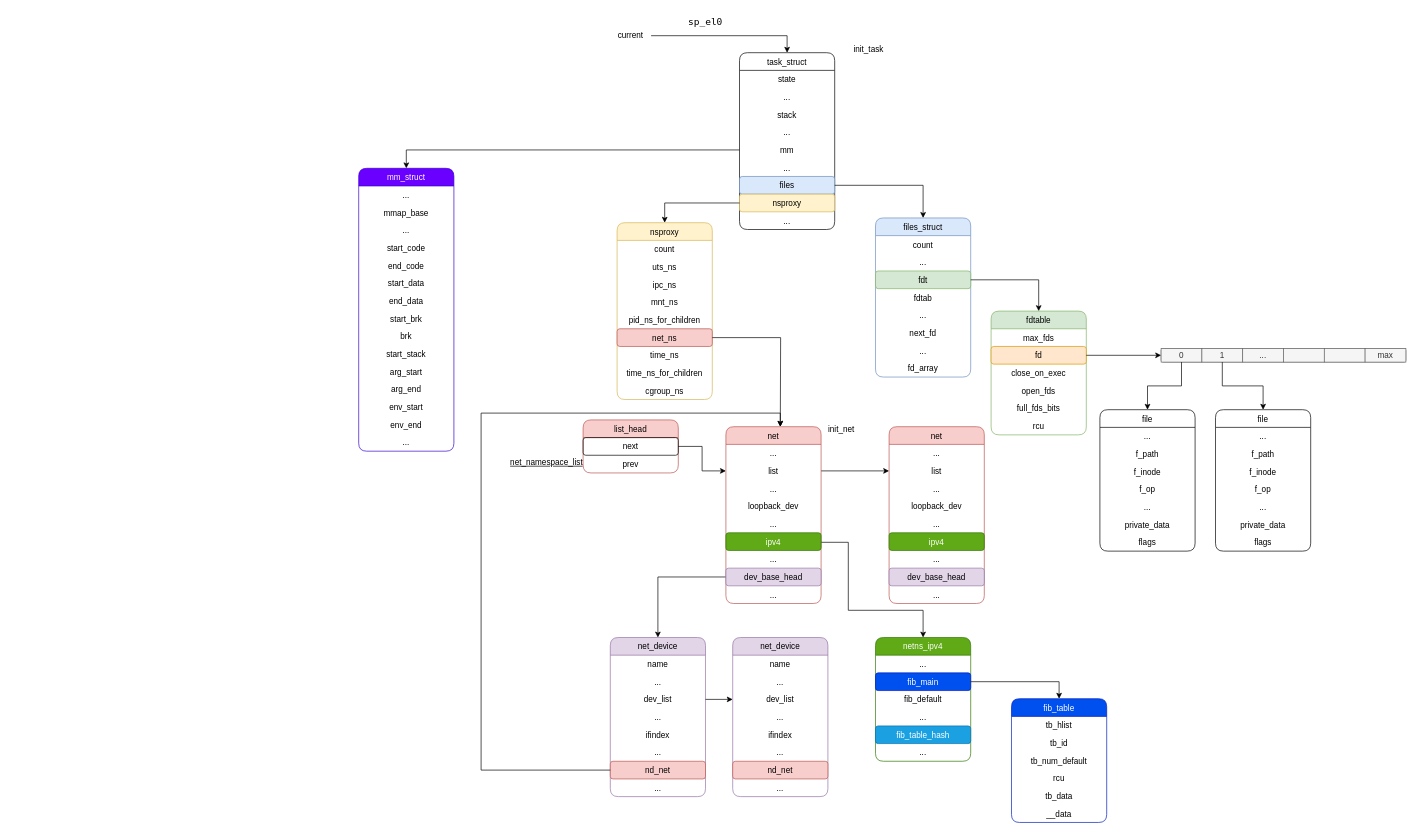
Earlier version of the draw.io diagram page "task" (9 of 14) of kernel.drawio (adinxu/draw.io). Source tidied: cells renumbered, new cells numbered last; positions are measured from the earlier drawing's top-left corner, leaving out a move shared by most shapes. Both pictures are drawn from the tidied source at 68%, with x=0, y=0 at pixel (358, 12).
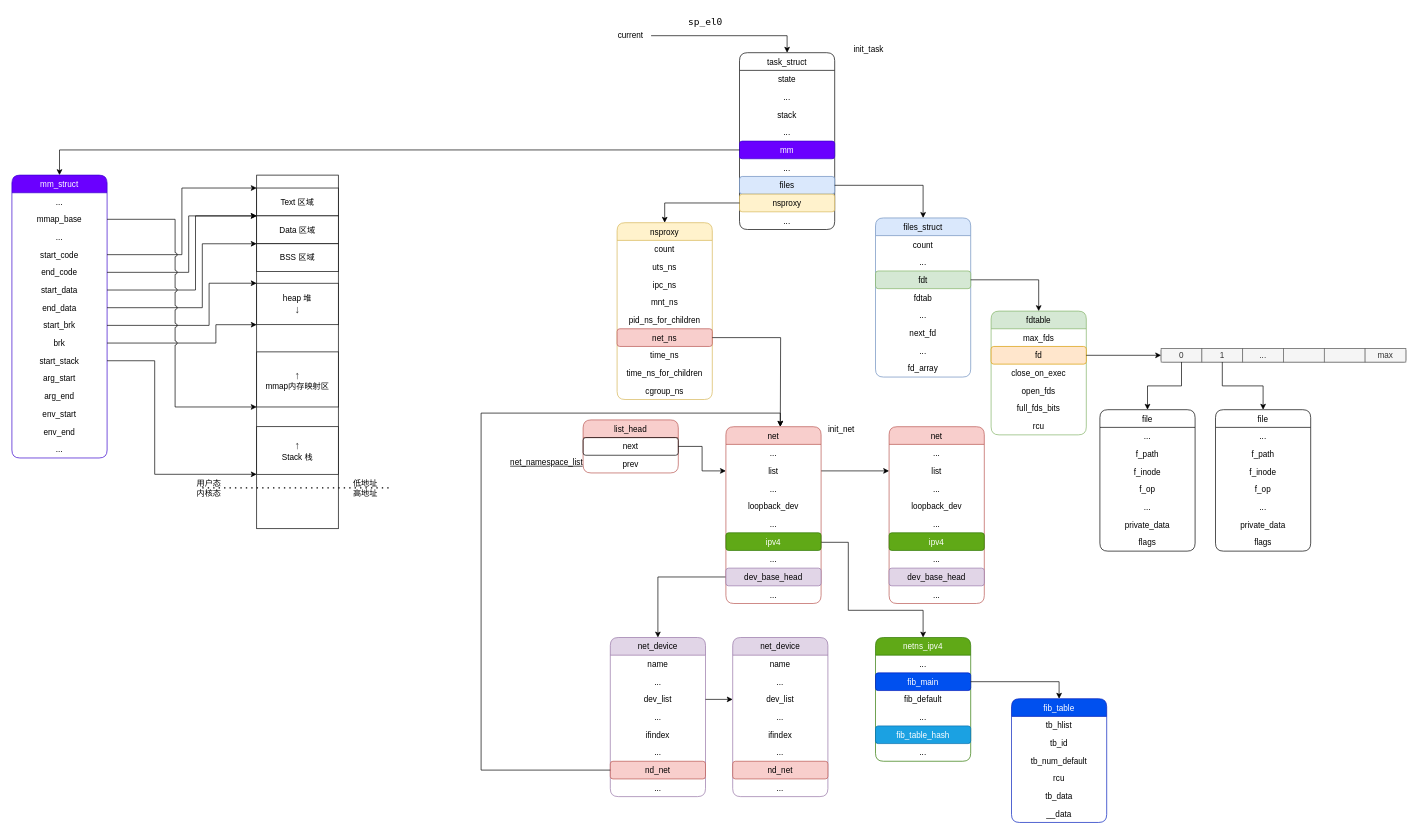
The same page after the edit.

Unchanged cells that the change refers to:
```xml
<mxCell id="45" value="task_struct" style="swimlane;fontStyle=0;horizontal=1;startSize=26;fillColor=none;rounded=1;shadow=0;glass=0;labelBackgroundColor=none;sketch=0;fontFamily=Helvetica;fontSize=12;fontColor=default;strokeColor=default;" parent="1" vertex="1">
  <mxGeometry x="560" y="60" width="140" height="260" as="geometry" />
</mxCell>
<mxCell id="138" value="mmap_base" style="text;align=center;verticalAlign=top;spacingLeft=4;spacingRight=4;overflow=hidden;points=[[0,0.5],[1,0.5]];portConstraint=eastwest;rounded=1;shadow=0;glass=0;labelBackgroundColor=none;sketch=0;fontFamily=Helvetica;fontSize=12;" parent="136" vertex="1">
  <mxGeometry y="52" width="140" height="26" as="geometry" />
</mxCell>
<mxCell id="140" value="start_code" style="text;align=center;verticalAlign=top;spacingLeft=4;spacingRight=4;overflow=hidden;points=[[0,0.5],[1,0.5]];portConstraint=eastwest;rounded=1;shadow=0;glass=0;labelBackgroundColor=none;sketch=0;fontFamily=Helvetica;fontSize=12;" parent="136" vertex="1">
  <mxGeometry y="104" width="140" height="26" as="geometry" />
</mxCell>
<mxCell id="141" value="end_code" style="text;strokeColor=none;fillColor=none;align=center;verticalAlign=top;spacingLeft=4;spacingRight=4;overflow=hidden;points=[[0,0.5],[1,0.5]];portConstraint=eastwest;rounded=1;shadow=0;glass=0;labelBackgroundColor=none;sketch=0;fontFamily=Helvetica;fontSize=12;fontColor=default;" parent="136" vertex="1">
  <mxGeometry y="130" width="140" height="26" as="geometry" />
</mxCell>
<mxCell id="142" value="start_data" style="text;strokeColor=none;fillColor=none;align=center;verticalAlign=top;spacingLeft=4;spacingRight=4;overflow=hidden;points=[[0,0.5],[1,0.5]];portConstraint=eastwest;rounded=1;shadow=0;glass=0;labelBackgroundColor=none;sketch=0;fontFamily=Helvetica;fontSize=12;fontColor=default;" parent="136" vertex="1">
  <mxGeometry y="156" width="140" height="26" as="geometry" />
</mxCell>
<mxCell id="143" value="end_data" style="text;align=center;verticalAlign=top;spacingLeft=4;spacingRight=4;overflow=hidden;points=[[0,0.5],[1,0.5]];portConstraint=eastwest;rounded=1;shadow=0;glass=0;labelBackgroundColor=none;sketch=0;fontFamily=Helvetica;fontSize=12;" parent="136" vertex="1">
  <mxGeometry y="182" width="140" height="26" as="geometry" />
</mxCell>
<mxCell id="144" value="start_brk" style="text;align=center;verticalAlign=top;spacingLeft=4;spacingRight=4;overflow=hidden;points=[[0,0.5],[1,0.5]];portConstraint=eastwest;rounded=1;shadow=0;glass=0;labelBackgroundColor=none;sketch=0;fontFamily=Helvetica;fontSize=12;" parent="136" vertex="1">
  <mxGeometry y="208" width="140" height="26" as="geometry" />
</mxCell>
<mxCell id="145" value="brk" style="text;align=center;verticalAlign=top;spacingLeft=4;spacingRight=4;overflow=hidden;points=[[0,0.5],[1,0.5]];portConstraint=eastwest;rounded=1;shadow=0;glass=0;labelBackgroundColor=none;sketch=0;fontFamily=Helvetica;fontSize=12;" parent="136" vertex="1">
  <mxGeometry y="234" width="140" height="26" as="geometry" />
</mxCell>
<mxCell id="146" value="start_stack" style="text;align=center;verticalAlign=top;spacingLeft=4;spacingRight=4;overflow=hidden;points=[[0,0.5],[1,0.5]];portConstraint=eastwest;rounded=1;shadow=0;glass=0;labelBackgroundColor=none;sketch=0;fontFamily=Helvetica;fontSize=12;" parent="136" vertex="1">
  <mxGeometry y="260" width="140" height="26" as="geometry" />
</mxCell>
```

The edit, as a diff of the source:
```diff
@@
-    <mxCell id="50" value="mm" style="text;align=center;verticalAlign=top;spacingLeft=4;spacingRight=4;overflow=hidden;points=[[0,0.5],[1,0.5]];portConstraint=eastwest;rounded=1;shadow=0;glass=0;labelBackgroundColor=none;sketch=0;fontFamily=Helvetica;fontSize=12;" parent="45" vertex="1">
+    <mxCell id="50" value="mm" style="text;align=center;verticalAlign=top;spacingLeft=4;spacingRight=4;overflow=hidden;points=[[0,0.5],[1,0.5]];portConstraint=eastwest;rounded=1;shadow=0;glass=0;labelBackgroundColor=none;sketch=0;fontFamily=Helvetica;fontSize=12;fillColor=#6a00ff;fontColor=#ffffff;strokeColor=#3700CC;" parent="45" vertex="1">
       <mxGeometry y="130" width="140" height="26" as="geometry" />
     </mxCell>
@@
     <mxCell id="136" value="mm_struct" style="swimlane;fontStyle=0;horizontal=1;startSize=26;fillColor=#6a00ff;rounded=1;shadow=0;glass=0;labelBackgroundColor=none;sketch=0;fontFamily=Helvetica;fontSize=12;strokeColor=#3700CC;fontColor=#ffffff;" parent="1" vertex="1">
-      <mxGeometry y="230" width="140" height="416" as="geometry" />
+      <mxGeometry x="-510" y="240" width="140" height="416" as="geometry" />
     </mxCell>
@@
+    <mxCell id="153" style="group;flipV=1;" parent="1" vertex="1">
+      <mxGeometry x="-250" y="240" width="300" height="520" as="geometry" />
+    </mxCell>
+    <mxCell id="154" style="rounded=0;whiteSpace=wrap;html=1;" parent="153" vertex="1">
+      <mxGeometry x="100" width="120" height="520" as="geometry" />
+    </mxCell>
+    <mxCell id="155" value="Text 区域" style="rounded=0;whiteSpace=wrap;html=1;" parent="153" vertex="1">
+      <mxGeometry x="100" y="19" width="120" height="41" as="geometry" />
+    </mxCell>
+    <mxCell id="156" value="Data 区域" style="rounded=0;whiteSpace=wrap;html=1;" parent="153" vertex="1">
+      <mxGeometry x="100" y="60" width="120" height="41" as="geometry" />
+    </mxCell>
+    <mxCell id="157" value="BSS 区域" style="rounded=0;whiteSpace=wrap;html=1;" parent="153" vertex="1">
+      <mxGeometry x="100" y="101" width="120" height="41" as="geometry" />
+    </mxCell>
+    <mxCell id="158" value="heap 堆&lt;div&gt;&lt;span style=&quot;font-size: 16px; caret-color: rgb(51, 51, 51); color: rgb(51, 51, 51); font-family: &amp;quot;PingFang SC&amp;quot;, Arial, sans-serif; text-align: left; background-color: rgb(255, 255, 255);&quot;&gt;↓&lt;/span&gt;&lt;br&gt;&lt;/div&gt;" style="rounded=0;whiteSpace=wrap;html=1;" parent="153" vertex="1">
+      <mxGeometry x="100" y="159" width="120" height="61" as="geometry" />
+    </mxCell>
+    <mxCell id="159" value="&lt;div&gt;&lt;span style=&quot;caret-color: rgb(51, 51, 51); color: rgb(51, 51, 51); font-family: &amp;quot;PingFang SC&amp;quot;, Arial, sans-serif; font-size: 16px; text-align: left; background-color: rgb(255, 255, 255);&quot;&gt;↑&lt;/span&gt;&lt;br&gt;&lt;/div&gt;mmap内存映射区" style="rounded=0;whiteSpace=wrap;html=1;" parent="153" vertex="1">
+      <mxGeometry x="100" y="260" width="120" height="81" as="geometry" />
+    </mxCell>
+    <mxCell id="160" value="&lt;div&gt;&lt;span style=&quot;font-size: 16px; caret-color: rgb(51, 51, 51); color: rgb(51, 51, 51); font-family: &amp;quot;PingFang SC&amp;quot;, Arial, sans-serif; text-align: left; background-color: rgb(255, 255, 255);&quot;&gt;↑&lt;/span&gt;&lt;br&gt;&lt;/div&gt;Stack 栈" style="rounded=0;whiteSpace=wrap;html=1;" parent="153" vertex="1">
+      <mxGeometry x="100" y="370" width="120" height="70" as="geometry" />
+    </mxCell>
+    <mxCell id="161" style="endArrow=none;dashed=1;html=1;dashPattern=1 3;strokeWidth=2;rounded=0;" parent="153" edge="1">
+      <mxGeometry relative="1" as="geometry">
+        <mxPoint x="20" y="460" as="sourcePoint" />
+        <mxPoint x="300" y="460" as="targetPoint" />
+      </mxGeometry>
+    </mxCell>
+    <mxCell id="162" value="内核态" style="text;html=1;whiteSpace=wrap;strokeColor=none;fillColor=none;align=center;verticalAlign=middle;rounded=0;" parent="153" vertex="1">
+      <mxGeometry y="460" width="60" height="18" as="geometry" />
+    </mxCell>
+    <mxCell id="163" value="用户态" style="text;html=1;whiteSpace=wrap;strokeColor=none;fillColor=none;align=center;verticalAlign=middle;rounded=0;" parent="153" vertex="1">
+      <mxGeometry y="446" width="60" height="14" as="geometry" />
+    </mxCell>
+    <mxCell id="164" value="高地址" style="text;html=1;whiteSpace=wrap;strokeColor=none;fillColor=none;align=center;verticalAlign=middle;rounded=0;" parent="153" vertex="1">
+      <mxGeometry x="230" y="460" width="60" height="18" as="geometry" />
+    </mxCell>
+    <mxCell id="165" value="低地址" style="text;html=1;whiteSpace=wrap;strokeColor=none;fillColor=none;align=center;verticalAlign=middle;rounded=0;" parent="153" vertex="1">
+      <mxGeometry x="230" y="446" width="60" height="14" as="geometry" />
+    </mxCell>
+    <mxCell id="166" style="edgeStyle=orthogonalEdgeStyle;rounded=0;jettySize=auto;html=1;exitX=0;exitY=0;exitDx=0;exitDy=0;entryX=1;entryY=0.5;entryDx=0;entryDy=0;startArrow=classic;startFill=1;endArrow=none;endFill=0;" parent="1" edge="1" source="155" target="140">
+      <mxGeometry relative="1" as="geometry">
+        <Array as="points">
+          <mxPoint x="-260" y="259" />
+          <mxPoint x="-260" y="357" />
+        </Array>
+      </mxGeometry>
+    </mxCell>
+    <mxCell id="167" style="edgeStyle=orthogonalEdgeStyle;rounded=0;jettySize=auto;html=1;exitX=0;exitY=1;exitDx=0;exitDy=0;entryX=1;entryY=0.5;entryDx=0;entryDy=0;startArrow=classic;startFill=1;endArrow=none;endFill=0;" parent="1" edge="1" source="155" target="141">
+      <mxGeometry relative="1" as="geometry">
+        <Array as="points">
+          <mxPoint x="-250" y="300" />
+          <mxPoint x="-250" y="383" />
+        </Array>
+      </mxGeometry>
+    </mxCell>
+    <mxCell id="168" style="edgeStyle=orthogonalEdgeStyle;rounded=0;jettySize=auto;html=1;exitX=0;exitY=0;exitDx=0;exitDy=0;entryX=1;entryY=0.5;entryDx=0;entryDy=0;startArrow=classic;startFill=1;endArrow=none;endFill=0;" parent="1" edge="1" source="156" target="142">
+      <mxGeometry relative="1" as="geometry">
+        <Array as="points">
+          <mxPoint x="-240" y="300" />
+          <mxPoint x="-240" y="409" />
+        </Array>
+      </mxGeometry>
+    </mxCell>
+    <mxCell id="169" style="edgeStyle=orthogonalEdgeStyle;rounded=0;jettySize=auto;html=1;exitX=0;exitY=1;exitDx=0;exitDy=0;entryX=1;entryY=0.5;entryDx=0;entryDy=0;startArrow=classic;startFill=1;endArrow=none;endFill=0;" parent="1" edge="1" source="156" target="143">
+      <mxGeometry relative="1" as="geometry">
+        <Array as="points">
+          <mxPoint x="-230" y="341" />
+          <mxPoint x="-230" y="435" />
+        </Array>
+      </mxGeometry>
+    </mxCell>
+    <mxCell id="170" style="edgeStyle=orthogonalEdgeStyle;rounded=0;jettySize=auto;html=1;exitX=1;exitY=0.5;exitDx=0;exitDy=0;entryX=0;entryY=0;entryDx=0;entryDy=0;startArrow=none;startFill=0;endArrow=classic;endFill=1;" parent="1" edge="1" source="144" target="158">
+      <mxGeometry relative="1" as="geometry">
+        <Array as="points">
+          <mxPoint x="-220" y="461" />
+          <mxPoint x="-220" y="399" />
+        </Array>
+      </mxGeometry>
+    </mxCell>
+    <mxCell id="171" style="edgeStyle=orthogonalEdgeStyle;rounded=0;jettySize=auto;html=1;exitX=0;exitY=1;exitDx=0;exitDy=0;entryX=1;entryY=0.5;entryDx=0;entryDy=0;startArrow=classic;startFill=1;endArrow=none;endFill=0;" parent="1" edge="1" source="158" target="145">
+      <mxGeometry relative="1" as="geometry">
+        <Array as="points">
+          <mxPoint x="-210" y="460" />
+          <mxPoint x="-210" y="487" />
+        </Array>
+      </mxGeometry>
+    </mxCell>
+    <mxCell id="172" style="edgeStyle=orthogonalEdgeStyle;rounded=0;jettySize=auto;html=1;exitX=0;exitY=1;exitDx=0;exitDy=0;entryX=1;entryY=0.5;entryDx=0;entryDy=0;startArrow=classic;startFill=1;endArrow=none;endFill=0;" parent="1" edge="1" source="160" target="146">
+      <mxGeometry relative="1" as="geometry">
+        <Array as="points">
+          <mxPoint x="-300" y="680" />
+          <mxPoint x="-300" y="513" />
+        </Array>
+      </mxGeometry>
+    </mxCell>
+    <mxCell id="173" style="edgeStyle=orthogonalEdgeStyle;rounded=0;jettySize=auto;html=1;exitX=0;exitY=1;exitDx=0;exitDy=0;entryX=1;entryY=0.5;entryDx=0;entryDy=0;startArrow=classic;startFill=1;endArrow=none;endFill=0;jumpStyle=arc;" parent="1" edge="1" source="159" target="138">
+      <mxGeometry relative="1" as="geometry">
+        <Array as="points">
+          <mxPoint x="-270" y="581" />
+          <mxPoint x="-270" y="305" />
+        </Array>
+      </mxGeometry>
+    </mxCell>
```
